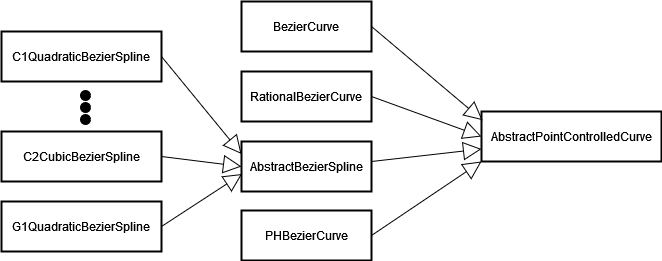
Earlier version of the draw.io export magistrsko_delo/drawio/curve-class-hierarchy.drawio.png (efodx/bezeg). Source tidied: cells renumbered, new cells last; positions are measured from the earlier drawing's top-left corner, leaving out a move shared by most shapes. The source it was exported from:
```xml
<mxGraphModel>
  <root>
    <mxCell id="0" />
    <mxCell id="1" parent="0" />
    <mxCell id="2" value="BezierCurve" style="whiteSpace=wrap;strokeWidth=2;verticalAlign=middle;" parent="1" vertex="1">
      <mxGeometry x="240" width="130" height="50" as="geometry" />
    </mxCell>
    <mxCell id="3" value="AbstractPointControlledCurve" style="whiteSpace=wrap;strokeWidth=2;" parent="1" vertex="1">
      <mxGeometry x="480" y="110" width="180" height="50" as="geometry" />
    </mxCell>
    <mxCell id="4" value="RationalBezierCurve" style="whiteSpace=wrap;strokeWidth=2;verticalAlign=middle;" parent="1" vertex="1">
      <mxGeometry x="240" y="70" width="130" height="50" as="geometry" />
    </mxCell>
    <mxCell id="5" value="PHBezierCurve" style="whiteSpace=wrap;strokeWidth=2;verticalAlign=middle;" parent="1" vertex="1">
      <mxGeometry x="240" y="209" width="130" height="50" as="geometry" />
    </mxCell>
    <mxCell id="6" value="AbstractBezierSpline" style="whiteSpace=wrap;strokeWidth=2;verticalAlign=middle;" parent="1" vertex="1">
      <mxGeometry x="240" y="140" width="130" height="50" as="geometry" />
    </mxCell>
    <mxCell id="7" style="endArrow=block;endSize=16;endFill=0;html=1;rounded=0;entryX=0.006;entryY=0.174;entryDx=0;entryDy=0;exitX=1;exitY=0.5;exitDx=0;exitDy=0;entryPerimeter=0;" parent="1" edge="1" source="2" target="3">
      <mxGeometry relative="1" as="geometry" />
    </mxCell>
    <mxCell id="8" style="endArrow=block;endSize=16;endFill=0;html=1;rounded=0;entryX=0;entryY=0.5;entryDx=0;entryDy=0;exitX=1;exitY=0.5;exitDx=0;exitDy=0;" parent="1" edge="1" source="4" target="3">
      <mxGeometry relative="1" as="geometry" />
    </mxCell>
    <mxCell id="9" style="endArrow=block;endSize=16;endFill=0;html=1;rounded=0;entryX=0;entryY=0.75;entryDx=0;entryDy=0;exitX=1;exitY=0.5;exitDx=0;exitDy=0;" parent="1" edge="1" target="3">
      <mxGeometry relative="1" as="geometry">
        <mxPoint x="370" y="160" as="sourcePoint" />
      </mxGeometry>
    </mxCell>
    <mxCell id="10" style="endArrow=block;endSize=16;endFill=0;html=1;rounded=0;exitX=1;exitY=0.5;exitDx=0;exitDy=0;entryX=0;entryY=1;entryDx=0;entryDy=0;" parent="1" edge="1" source="5" target="3">
      <mxGeometry relative="1" as="geometry" />
    </mxCell>
    <mxCell id="11" value="C1QuadraticBezierSpline" style="whiteSpace=wrap;strokeWidth=2;verticalAlign=middle;" parent="1" vertex="1">
      <mxGeometry y="30" width="160" height="50" as="geometry" />
    </mxCell>
    <mxCell id="12" value="C2CubicBezierSpline" style="whiteSpace=wrap;strokeWidth=2;verticalAlign=middle;" parent="1" vertex="1">
      <mxGeometry y="130" width="160" height="50" as="geometry" />
    </mxCell>
    <mxCell id="13" value="G1QuadraticBezierSpline" style="whiteSpace=wrap;strokeWidth=2;verticalAlign=middle;" parent="1" vertex="1">
      <mxGeometry y="200" width="160" height="50" as="geometry" />
    </mxCell>
    <mxCell id="14" style="endArrow=block;endSize=16;endFill=0;html=1;rounded=0;entryX=0;entryY=0.25;entryDx=0;entryDy=0;exitX=1;exitY=0.5;exitDx=0;exitDy=0;" parent="1" edge="1" source="11" target="6">
      <mxGeometry relative="1" as="geometry" />
    </mxCell>
    <mxCell id="15" style="endArrow=block;endSize=16;endFill=0;html=1;rounded=0;entryX=0;entryY=0.5;entryDx=0;entryDy=0;exitX=1;exitY=0.5;exitDx=0;exitDy=0;" parent="1" edge="1" source="12" target="6">
      <mxGeometry relative="1" as="geometry" />
    </mxCell>
    <mxCell id="16" style="endArrow=block;endSize=16;endFill=0;html=1;rounded=0;entryX=0.004;entryY=0.65;entryDx=0;entryDy=0;exitX=1;exitY=0.5;exitDx=0;exitDy=0;entryPerimeter=0;" parent="1" edge="1" source="13" target="6">
      <mxGeometry relative="1" as="geometry" />
    </mxCell>
    <mxCell id="17" style="ellipse;whiteSpace=wrap;html=1;fillColor=#000000;" parent="1" vertex="1">
      <mxGeometry x="79" y="89" width="10" height="10" as="geometry" />
    </mxCell>
    <mxCell id="18" style="ellipse;whiteSpace=wrap;html=1;fillColor=#000000;" parent="1" vertex="1">
      <mxGeometry x="79" y="101" width="10" height="10" as="geometry" />
    </mxCell>
    <mxCell id="19" style="ellipse;whiteSpace=wrap;html=1;fillColor=#000000;" parent="1" vertex="1">
      <mxGeometry x="79" y="113" width="10" height="10" as="geometry" />
    </mxCell>
  </root>
</mxGraphModel>
```
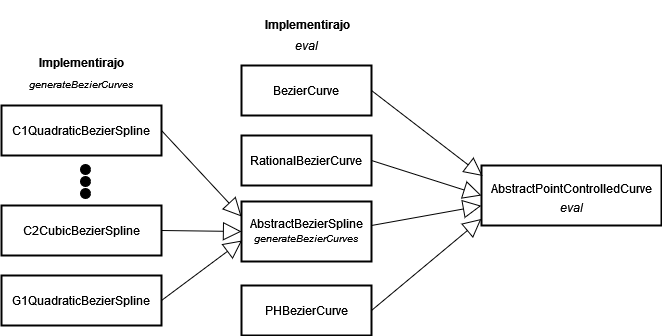
Later version of the same file.

What changed in the source:
```diff
@@ -3,19 +3,19 @@
     <mxCell id="0" />
     <mxCell id="1" parent="0" />
     <mxCell id="2" value="BezierCurve" style="whiteSpace=wrap;strokeWidth=2;verticalAlign=middle;" parent="1" vertex="1">
-      <mxGeometry x="240" width="130" height="50" as="geometry" />
+      <mxGeometry x="1070" y="695" width="130" height="50" as="geometry" />
     </mxCell>
-    <mxCell id="3" value="AbstractPointControlledCurve" style="whiteSpace=wrap;strokeWidth=2;" parent="1" vertex="1">
-      <mxGeometry x="480" y="110" width="180" height="50" as="geometry" />
+    <mxCell id="3" value="AbstractPointControlledCurve&#10;" style="strokeWidth=2;textShadow=0;fontStyle=0;" parent="1" vertex="1">
+      <mxGeometry x="1310" y="795" width="180" height="60" as="geometry" />
     </mxCell>
     <mxCell id="4" value="RationalBezierCurve" style="whiteSpace=wrap;strokeWidth=2;verticalAlign=middle;" parent="1" vertex="1">
-      <mxGeometry x="240" y="70" width="130" height="50" as="geometry" />
+      <mxGeometry x="1070" y="765" width="130" height="50" as="geometry" />
     </mxCell>
     <mxCell id="5" value="PHBezierCurve" style="whiteSpace=wrap;strokeWidth=2;verticalAlign=middle;" parent="1" vertex="1">
-      <mxGeometry x="240" y="209" width="130" height="50" as="geometry" />
+      <mxGeometry x="1070" y="915" width="130" height="50" as="geometry" />
     </mxCell>
-    <mxCell id="6" value="AbstractBezierSpline" style="whiteSpace=wrap;strokeWidth=2;verticalAlign=middle;" parent="1" vertex="1">
-      <mxGeometry x="240" y="140" width="130" height="50" as="geometry" />
+    <mxCell id="6" value="AbstractBezierSpline&#10;" style="whiteSpace=wrap;strokeWidth=2;verticalAlign=middle;" parent="1" vertex="1">
+      <mxGeometry x="1070" y="831" width="130" height="60" as="geometry" />
     </mxCell>
     <mxCell id="7" style="endArrow=block;endSize=16;endFill=0;html=1;rounded=0;entryX=0.006;entryY=0.174;entryDx=0;entryDy=0;exitX=1;exitY=0.5;exitDx=0;exitDy=0;entryPerimeter=0;" parent="1" edge="1" source="2" target="3">
       <mxGeometry relative="1" as="geometry" />
@@ -23,22 +23,22 @@
     <mxCell id="8" style="endArrow=block;endSize=16;endFill=0;html=1;rounded=0;entryX=0;entryY=0.5;entryDx=0;entryDy=0;exitX=1;exitY=0.5;exitDx=0;exitDy=0;" parent="1" edge="1" source="4" target="3">
       <mxGeometry relative="1" as="geometry" />
     </mxCell>
-    <mxCell id="9" style="endArrow=block;endSize=16;endFill=0;html=1;rounded=0;entryX=0;entryY=0.75;entryDx=0;entryDy=0;exitX=1;exitY=0.5;exitDx=0;exitDy=0;" parent="1" edge="1" target="3">
-      <mxGeometry relative="1" as="geometry">
-        <mxPoint x="370" y="160" as="sourcePoint" />
-      </mxGeometry>
-    </mxCell>
+    <mxCell id="20" style="endArrow=block;endSize=16;endFill=0;html=1;rounded=0;entryX=-0.001;entryY=0.671;entryDx=0;entryDy=0;exitX=1;exitY=0.5;exitDx=0;exitDy=0;entryPerimeter=0;" parent="1" edge="1" target="3">
+      <mxGeometry relative="1" as="geometry">
+        <mxPoint x="1200" y="855" as="sourcePoint" />
+      </mxGeometry>
+    </mxCell>
-    <mxCell id="10" style="endArrow=block;endSize=16;endFill=0;html=1;rounded=0;exitX=1;exitY=0.5;exitDx=0;exitDy=0;entryX=0;entryY=1;entryDx=0;entryDy=0;" parent="1" edge="1" source="5" target="3">
+    <mxCell id="10" style="endArrow=block;endSize=16;endFill=0;html=1;rounded=0;exitX=1;exitY=0.5;exitDx=0;exitDy=0;entryX=-0.001;entryY=0.891;entryDx=0;entryDy=0;entryPerimeter=0;" parent="1" edge="1" source="5" target="3">
       <mxGeometry relative="1" as="geometry" />
     </mxCell>
     <mxCell id="11" value="C1QuadraticBezierSpline" style="whiteSpace=wrap;strokeWidth=2;verticalAlign=middle;" parent="1" vertex="1">
-      <mxGeometry y="30" width="160" height="50" as="geometry" />
+      <mxGeometry x="830" y="735" width="160" height="50" as="geometry" />
     </mxCell>
     <mxCell id="12" value="C2CubicBezierSpline" style="whiteSpace=wrap;strokeWidth=2;verticalAlign=middle;" parent="1" vertex="1">
-      <mxGeometry y="130" width="160" height="50" as="geometry" />
+      <mxGeometry x="830" y="835" width="160" height="50" as="geometry" />
     </mxCell>
     <mxCell id="13" value="G1QuadraticBezierSpline" style="whiteSpace=wrap;strokeWidth=2;verticalAlign=middle;" parent="1" vertex="1">
-      <mxGeometry y="200" width="160" height="50" as="geometry" />
+      <mxGeometry x="830" y="905" width="160" height="50" as="geometry" />
     </mxCell>
     <mxCell id="14" style="endArrow=block;endSize=16;endFill=0;html=1;rounded=0;entryX=0;entryY=0.25;entryDx=0;entryDy=0;exitX=1;exitY=0.5;exitDx=0;exitDy=0;" parent="1" edge="1" source="11" target="6">
       <mxGeometry relative="1" as="geometry" />
@@ -49,14 +49,32 @@
     <mxCell id="16" style="endArrow=block;endSize=16;endFill=0;html=1;rounded=0;entryX=0.004;entryY=0.65;entryDx=0;entryDy=0;exitX=1;exitY=0.5;exitDx=0;exitDy=0;entryPerimeter=0;" parent="1" edge="1" source="13" target="6">
       <mxGeometry relative="1" as="geometry" />
     </mxCell>
-    <mxCell id="17" style="ellipse;whiteSpace=wrap;html=1;fillColor=#000000;" parent="1" vertex="1">
-      <mxGeometry x="79" y="89" width="10" height="10" as="geometry" />
-    </mxCell>
-    <mxCell id="18" style="ellipse;whiteSpace=wrap;html=1;fillColor=#000000;" parent="1" vertex="1">
-      <mxGeometry x="79" y="101" width="10" height="10" as="geometry" />
-    </mxCell>
-    <mxCell id="19" style="ellipse;whiteSpace=wrap;html=1;fillColor=#000000;" parent="1" vertex="1">
-      <mxGeometry x="79" y="113" width="10" height="10" as="geometry" />
-    </mxCell>
+    <mxCell id="21" style="ellipse;whiteSpace=wrap;html=1;fillColor=#000000;" parent="1" vertex="1">
+      <mxGeometry x="909" y="794" width="10" height="10" as="geometry" />
+    </mxCell>
+    <mxCell id="22" style="ellipse;whiteSpace=wrap;html=1;fillColor=#000000;" parent="1" vertex="1">
+      <mxGeometry x="909" y="806" width="10" height="10" as="geometry" />
+    </mxCell>
+    <mxCell id="23" style="ellipse;whiteSpace=wrap;html=1;fillColor=#000000;" parent="1" vertex="1">
+      <mxGeometry x="909" y="818" width="10" height="10" as="geometry" />
+    </mxCell>
+    <mxCell id="24" value="&lt;i&gt;eval&lt;/i&gt;" style="text;html=1;align=center;verticalAlign=middle;whiteSpace=wrap;rounded=0;" parent="1" vertex="1">
+      <mxGeometry x="1370" y="822" width="60" height="30" as="geometry" />
+    </mxCell>
+    <mxCell id="25" value="&lt;font style=&quot;font-size: 10px;&quot;&gt;&lt;i&gt;generateBezierCurves&lt;/i&gt;&lt;/font&gt;" style="text;html=1;align=center;verticalAlign=middle;whiteSpace=wrap;rounded=0;" parent="1" vertex="1">
+      <mxGeometry x="1105" y="852" width="60" height="30" as="geometry" />
+    </mxCell>
+    <mxCell id="26" value="&lt;i&gt;eval&lt;/i&gt;" style="text;html=1;align=center;verticalAlign=middle;whiteSpace=wrap;rounded=0;" parent="1" vertex="1">
+      <mxGeometry x="1105" y="660" width="60" height="30" as="geometry" />
+    </mxCell>
+    <mxCell id="27" value="&lt;font style=&quot;font-size: 12px;&quot;&gt;Implementirajo&lt;/font&gt;" style="text;strokeColor=none;fillColor=none;html=1;fontSize=24;fontStyle=1;verticalAlign=middle;align=center;" parent="1" vertex="1">
+      <mxGeometry x="1081" y="630" width="110" height="40" as="geometry" />
+    </mxCell>
+    <mxCell id="28" value="&lt;font style=&quot;font-size: 10px;&quot;&gt;&lt;i&gt;generateBezierCurves&lt;/i&gt;&lt;/font&gt;" style="text;html=1;align=center;verticalAlign=middle;whiteSpace=wrap;rounded=0;" parent="1" vertex="1">
+      <mxGeometry x="880" y="698" width="60" height="30" as="geometry" />
+    </mxCell>
+    <mxCell id="29" value="&lt;font style=&quot;font-size: 12px;&quot;&gt;Implementirajo&lt;/font&gt;" style="text;strokeColor=none;fillColor=none;html=1;fontSize=24;fontStyle=1;verticalAlign=middle;align=center;" parent="1" vertex="1">
+      <mxGeometry x="855" y="668" width="110" height="40" as="geometry" />
+    </mxCell>
   </root>
 </mxGraphModel>
```
